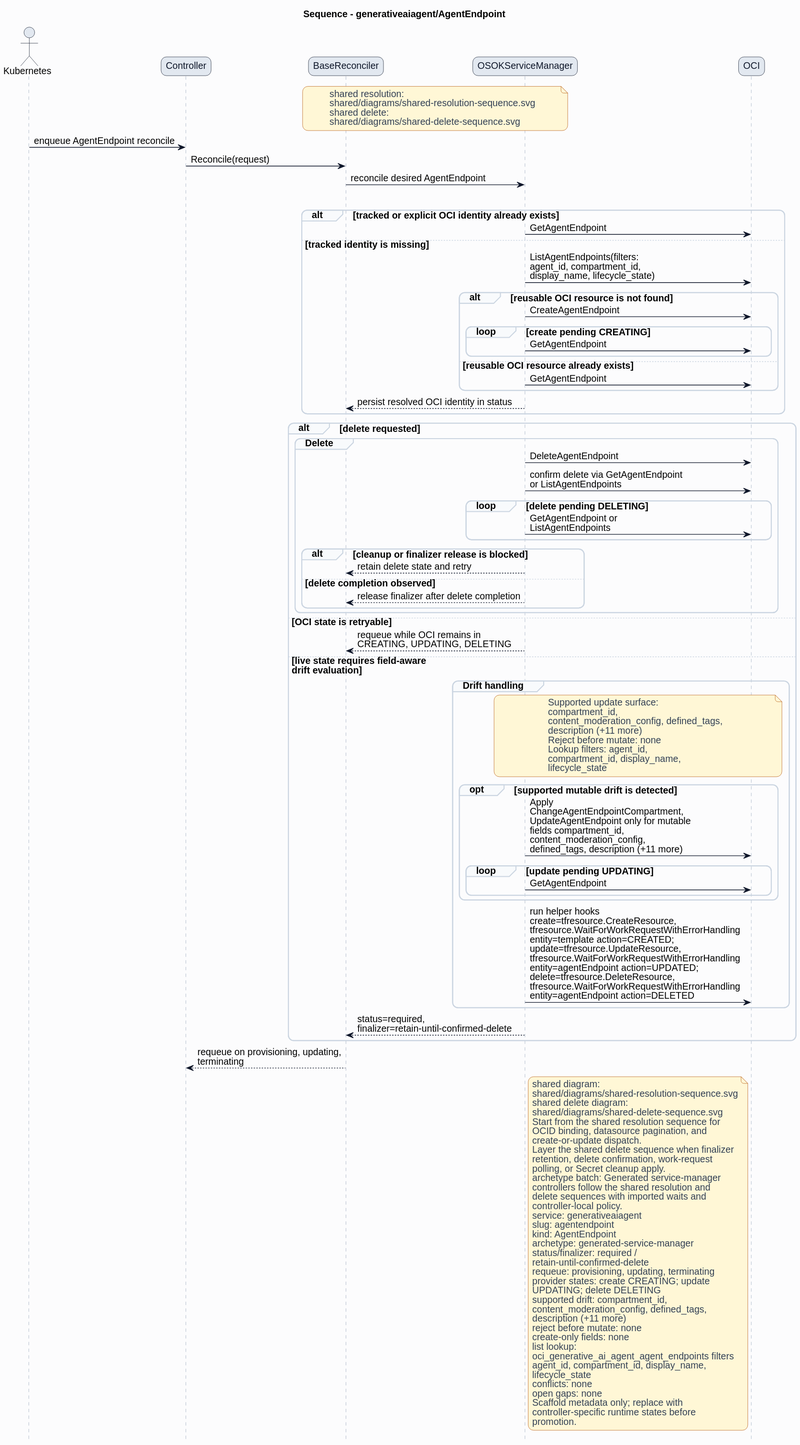
The PlantUML diagram formal/controllers/generativeaiagent/agentendpoint/diagrams/sequence.svg in HaoyL666/oci-service-operator, before a commit.
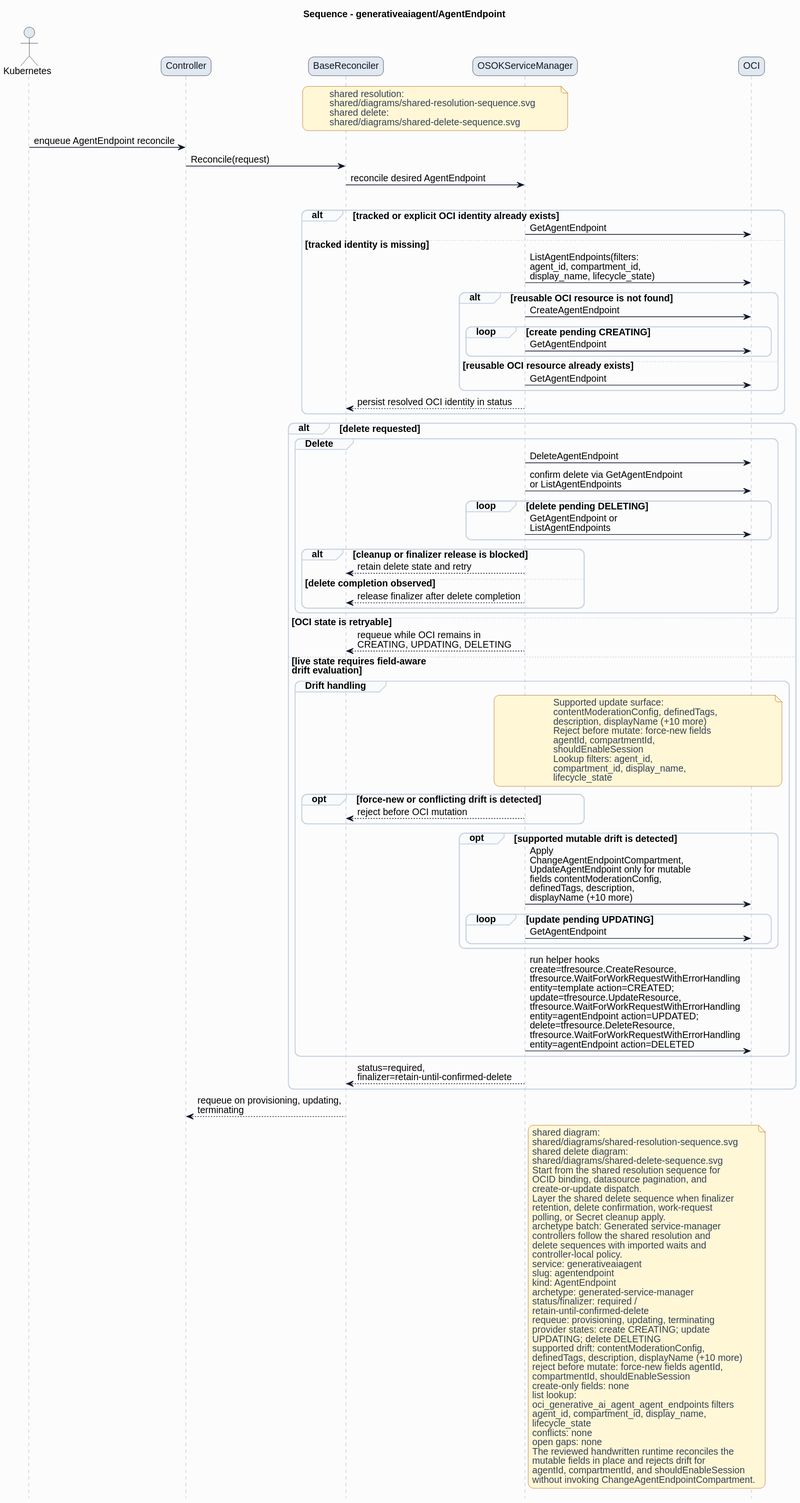
Above is the later version.

Change to the diagram source:
```diff
@@ -68,16 +68,20 @@
 group Drift handling
 note over ServiceManager,OCI
 Supported update surface:
-compartment_id,
-content_moderation_config, defined_tags,
-description (+11 more)
-Reject before mutate: none
+contentModerationConfig, definedTags,
+description, displayName (+10 more)
+Reject before mutate: force-new fields
+agentId, compartmentId,
+shouldEnableSession
 Lookup filters: agent_id,
 compartment_id, display_name,
 lifecycle_state
 end note
+opt force-new or conflicting drift is detected
+ServiceManager --> BaseReconciler: reject before OCI mutation
+end
 opt supported mutable drift is detected
-ServiceManager -> OCI: Apply\nChangeAgentEndpointCompartment,\nUpdateAgentEndpoint only for mutable\nfields compartment_id,\ncontent_moderation_config,\ndefined_tags, description (+11 more)
+ServiceManager -> OCI: Apply\nChangeAgentEndpointCompartment,\nUpdateAgentEndpoint only for mutable\nfields contentModerationConfig,\ndefinedTags, description,\ndisplayName (+10 more)
 loop update pending UPDATING
 ServiceManager -> OCI: GetAgentEndpoint
 end
@@ -111,10 +115,10 @@
 requeue: provisioning, updating, terminating
 provider states: create CREATING; update
 UPDATING; delete DELETING
-supported drift: compartment_id,
-content_moderation_config, defined_tags,
-description (+11 more)
-reject before mutate: none
+supported drift: contentModerationConfig,
+definedTags, description, displayName (+10 more)
+reject before mutate: force-new fields agentId,
+compartmentId, shouldEnableSession
 create-only fields: none
 list lookup:
 oci_generative_ai_agent_agent_endpoints filters
@@ -122,8 +126,9 @@
 lifecycle_state
 conflicts: none
 open gaps: none
-Scaffold metadata only; replace with
-controller-specific runtime states before
-promotion.
+The reviewed handwritten runtime reconciles the
+mutable fields in place and rejects drift for
+agentId, compartmentId, and shouldEnableSession
+without invoking ChangeAgentEndpointCompartment.
 end note
 @enduml
```
